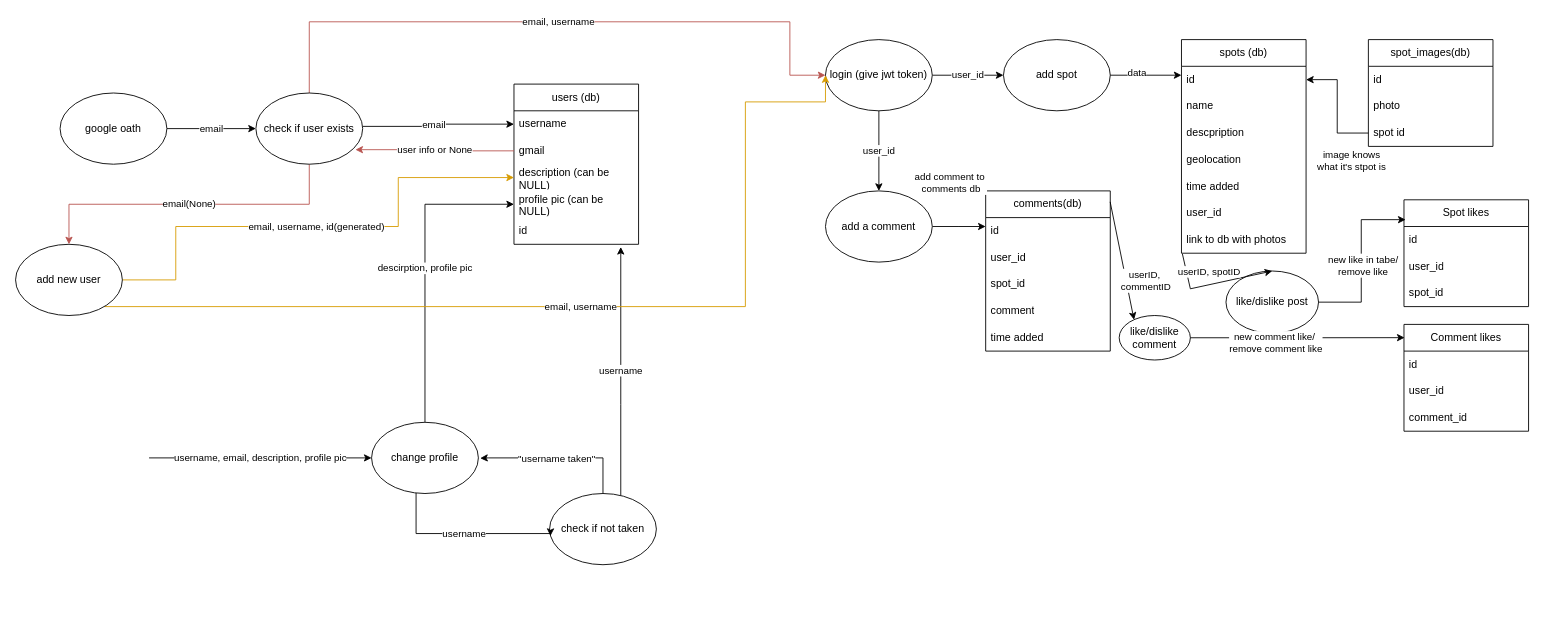
The draw.io diagram Diagramma bez nosaukuma.drawio in shrust1k/CoolSpot, before the edit. Source tidied: cells renumbered, new cells numbered last; positions are measured from the earlier drawing's top-left corner, leaving out a move shared by most shapes. Both pictures are drawn from the tidied source at 89%, with x=0, y=0 at pixel (15, 21).
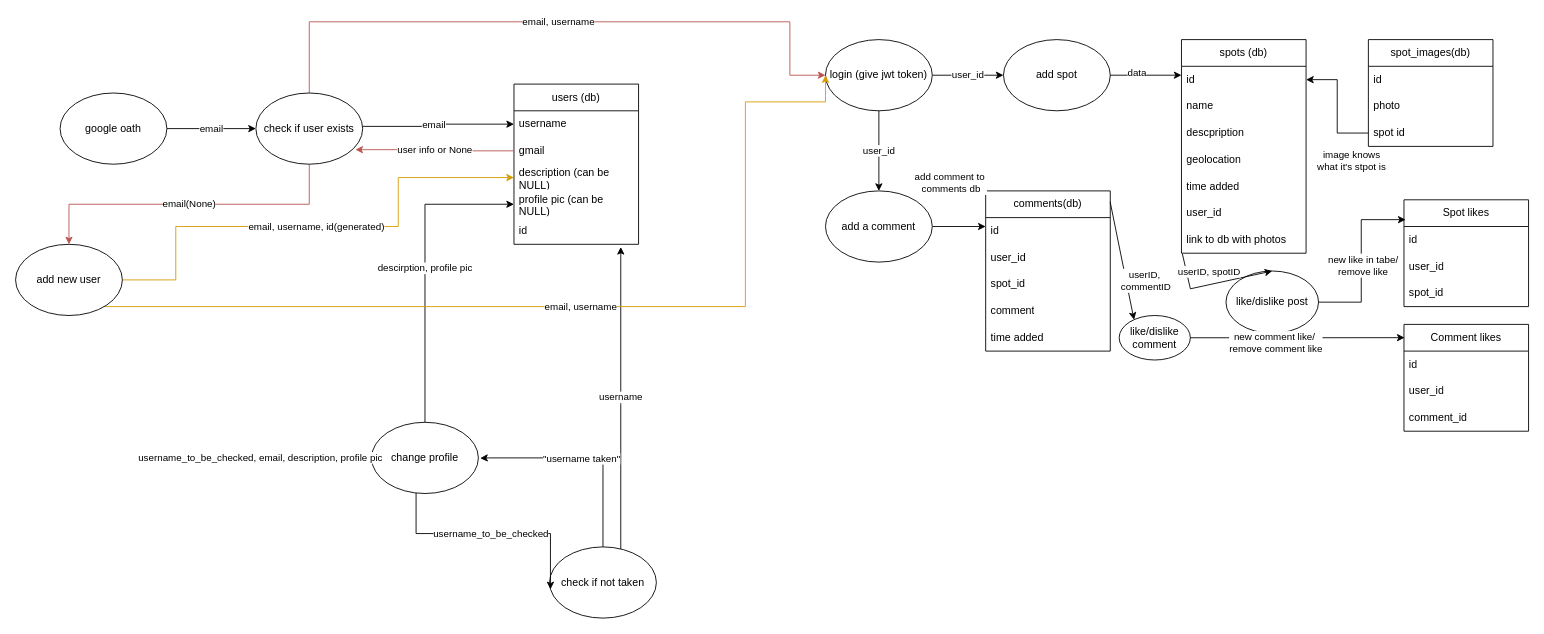
The same page after the edit.

Unchanged cells that the change refers to:
```xml
<mxCell id="12" value="change profile" style="ellipse;whiteSpace=wrap;html=1;" parent="1" vertex="1">
  <mxGeometry x="400" y="450" width="120" height="80" as="geometry" />
</mxCell>
```

What changed in the source:
```diff
@@
     <mxCell id="18" value="check if not taken" style="ellipse;whiteSpace=wrap;html=1;" parent="1" vertex="1">
-      <mxGeometry x="600" y="530" width="120" height="80" as="geometry" />
+      <mxGeometry x="600" y="590" width="120" height="80" as="geometry" />
     </mxCell>
-    <mxCell id="19" value="username" style="edgeStyle=orthogonalEdgeStyle;rounded=0;jettySize=auto;html=1;entryX=0.008;entryY=0.596;entryDx=0;entryDy=0;entryPerimeter=0;" parent="1" edge="1" source="12" target="18">
+    <mxCell id="19" value="username_to_be_checked" style="edgeStyle=orthogonalEdgeStyle;rounded=0;jettySize=auto;html=1;entryX=0.008;entryY=0.596;entryDx=0;entryDy=0;entryPerimeter=0;" parent="1" edge="1" source="12" target="18">
       <mxGeometry relative="1" as="geometry">
         <Array as="points">
           <mxPoint x="450" y="575" />
           <mxPoint x="601" y="575" />
         </Array>
       </mxGeometry>
     </mxCell>
@@
-    <mxCell id="73" value="username, email, description, profile pic " style="endArrow=classic;html=1;rounded=0;" parent="1" edge="1">
+    <mxCell id="73" value="username_to_be_checked, email, description, profile pic " style="endArrow=classic;html=1;rounded=0;" parent="1" edge="1">
       <mxGeometry relative="1" as="geometry">
         <mxPoint x="150" y="490" as="sourcePoint" />
         <mxPoint x="400" y="490" as="targetPoint" />
       </mxGeometry>
     </mxCell>
```
